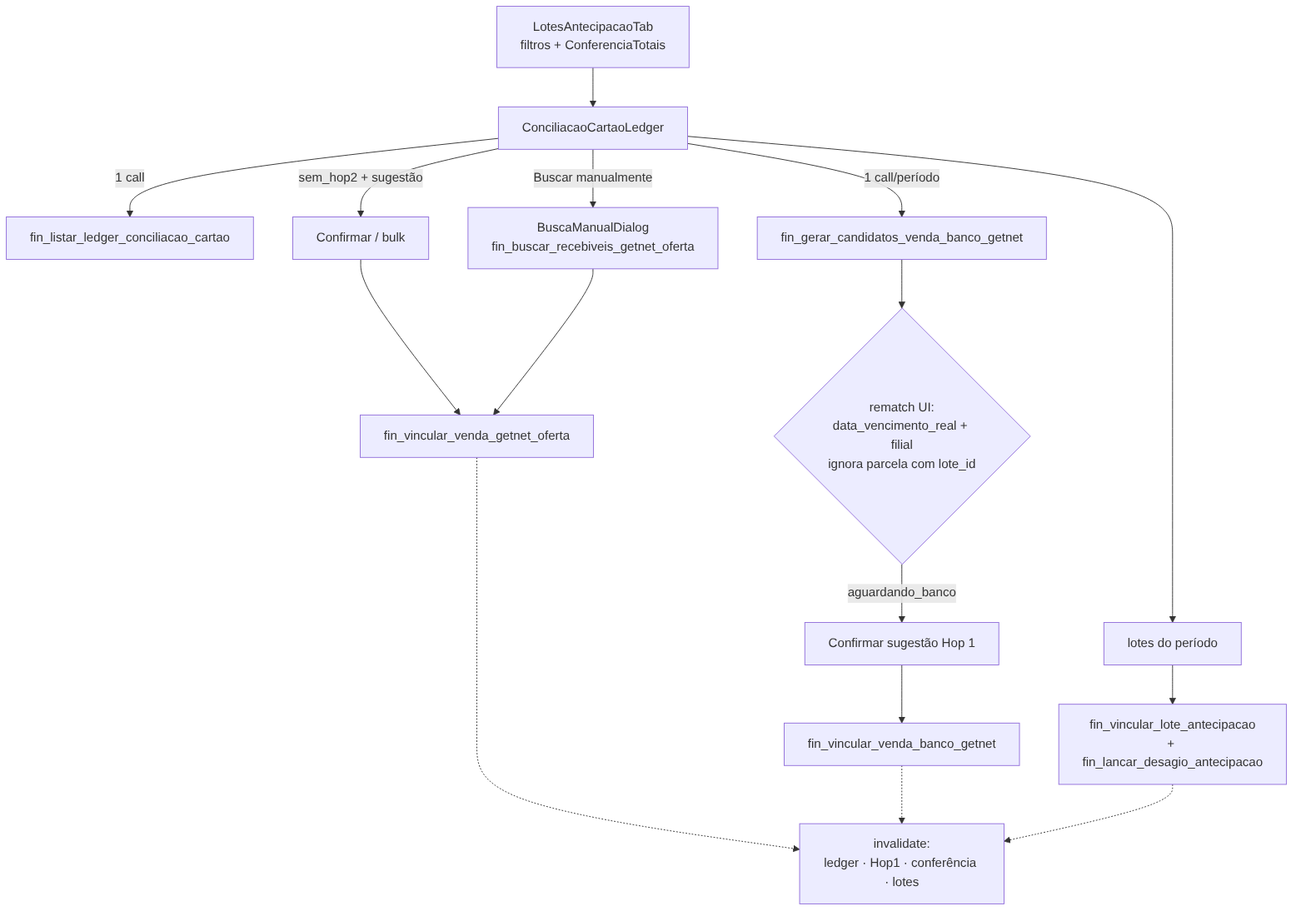
The Mermaid diagram docs/diagramas/exports/fluxo-financeiro_25.png in adrianoapc/igreja-carvalho, before a commit. Its source is kept beside it as docs/diagramas/exports/fluxo-financeiro_25.mmd. The source it was exported from:
```mermaid
flowchart TD
    TAB["LotesAntecipacaoTab\nfiltros + ConferenciaTotais"] --> LEDGER["ConciliacaoCartaoLedger"]
    LEDGER -->|"1 call"| LRPC["fin_listar_ledger_conciliacao_cartao"]
    LEDGER -->|"1 call/período"| H1["fin_gerar_candidatos_venda_banco_getnet"]
    H1 --> MATCH{"rematch UI:\ndata_vencimento_real + filial\nignora parcela com lote_id"}
    MATCH -->|"aguardando_banco"| BTN1["Confirmar sugestão Hop 1"]
    LEDGER -->|"sem_hop2 + sugestão"| BTN2["Confirmar / bulk"]
    LEDGER -->|"Buscar manualmente"| BUSCA["BuscaManualDialog\nfin_buscar_recebiveis_getnet_oferta"]
    BTN2 --> W2["fin_vincular_venda_getnet_oferta"]
    BUSCA --> W2
    BTN1 --> W1["fin_vincular_venda_banco_getnet"]
    LEDGER --> LOTES["lotes do período"]
    LOTES --> W3["fin_vincular_lote_antecipacao\n+ fin_lancar_desagio_antecipacao"]
    W2 -.-> INV["invalidate:\nledger · Hop1 · conferência · lotes"]
    W1 -.-> INV
    W3 -.-> INV
```
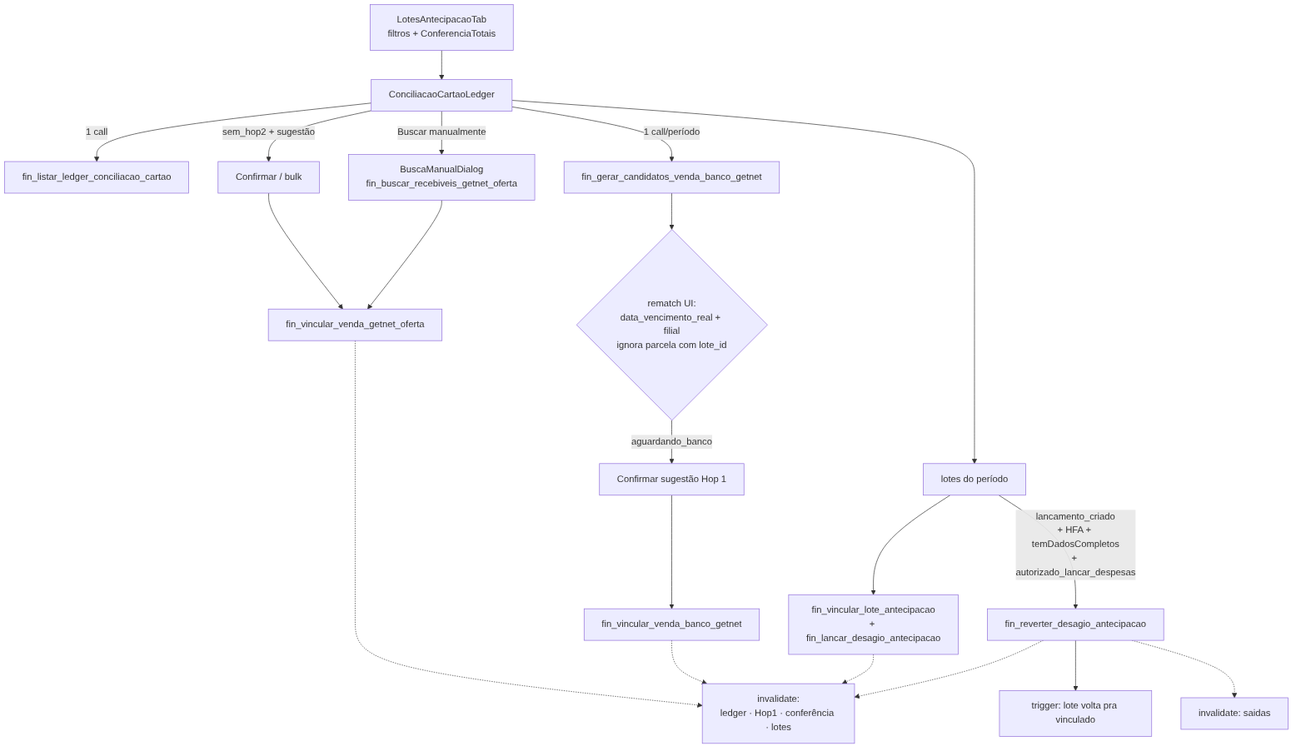
After the change.

Change to the diagram source:
```diff
@@ -11,6 +11,10 @@
     BTN1 --> W1["fin_vincular_venda_banco_getnet"]
     LEDGER --> LOTES["lotes do período"]
     LOTES --> W3["fin_vincular_lote_antecipacao\n+ fin_lancar_desagio_antecipacao"]
+    LOTES -->|"lancamento_criado\n+ HFA + temDadosCompletos\n+ autorizado_lancar_despesas"| W4["fin_reverter_desagio_antecipacao"]
+    W4 --> TRG["trigger: lote volta pra vinculado"]
     W2 -.-> INV["invalidate:\nledger · Hop1 · conferência · lotes"]
     W1 -.-> INV
     W3 -.-> INV
+    W4 -.-> INV
+    W4 -.-> SAIDAS["invalidate: saidas"]
```
